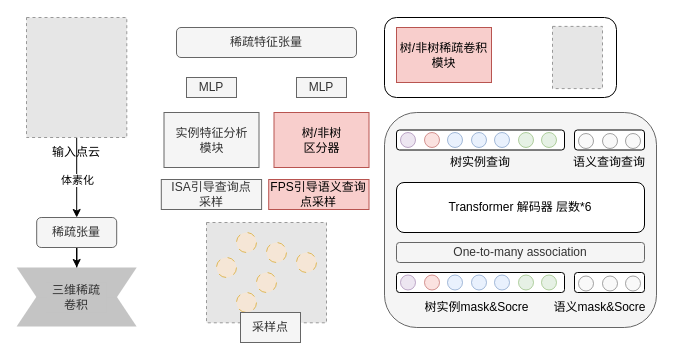
Above: linyelunwen.drawio in susu-attempt/mychart (draw.io), before the change. Source tidied: cells renumbered, new cells numbered last; positions are measured from the earlier drawing's top-left corner, leaving out a move shared by most shapes. Both pictures are drawn from the tidied source at 100%, with x=0, y=0 at pixel (16, 17). Pictures stored in the file or linked from it are replaced by grey dashed boxes.
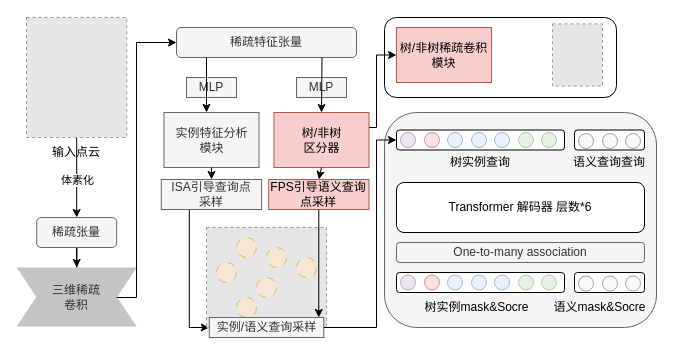
The same diagram, later.

Unchanged cells that the change refers to:
```xml
<mxCell id="12" value="稀疏特征张量" style="rounded=1;whiteSpace=wrap;html=1;fillColor=#f5f5f5;fontColor=#333333;strokeColor=#666666;" parent="1" vertex="1">
  <mxGeometry x="160" y="10" width="180" height="30" as="geometry" />
</mxCell>
<mxCell id="15" value="实例特征分析&lt;div&gt;模块&lt;/div&gt;" style="rounded=0;whiteSpace=wrap;html=1;fillColor=#f5f5f5;fontColor=#333333;strokeColor=#666666;" parent="1" vertex="1">
  <mxGeometry x="147.5" y="95" width="95" height="55" as="geometry" />
</mxCell>
<mxCell id="16" value="树/非树&lt;div&gt;区分器&lt;/div&gt;" style="rounded=0;whiteSpace=wrap;html=1;fillColor=#f8cecc;strokeColor=#b85450;" parent="1" vertex="1">
  <mxGeometry x="257.5" y="95" width="95" height="55" as="geometry" />
</mxCell>
<mxCell id="17" value="ISA引导查询点&lt;div&gt;采样&lt;/div&gt;" style="rounded=0;whiteSpace=wrap;html=1;fillColor=#f5f5f5;fontColor=#333333;strokeColor=#666666;" parent="1" vertex="1">
  <mxGeometry x="144.8" y="162" width="100.3" height="30" as="geometry" />
</mxCell>
<mxCell id="26" value="树/非树稀疏卷积模块" style="rounded=0;whiteSpace=wrap;html=1;fillColor=#f8cecc;strokeColor=#b85450;" parent="1" vertex="1">
  <mxGeometry x="380" y="10" width="95" height="55" as="geometry" />
</mxCell>
<mxCell id="28" style="rounded=1;whiteSpace=wrap;html=1;" parent="1" vertex="1">
  <mxGeometry x="380" y="112.5" width="168" height="20" as="geometry" />
</mxCell>
<mxCell id="58" value="FPS引导语义查询点采样" style="rounded=0;whiteSpace=wrap;html=1;fillColor=#f8cecc;strokeColor=#b85450;" parent="1" vertex="1">
  <mxGeometry x="252.2" y="162" width="100.3" height="30" as="geometry" />
</mxCell>
```

The edit, as a diff of the source:
```diff
@@
+    <mxCell id="60" style="edgeStyle=orthogonalEdgeStyle;rounded=0;jettySize=auto;html=1;entryX=0;entryY=0.5;entryDx=0;entryDy=0;exitX=1;exitY=0.25;exitDx=0;exitDy=0;" parent="1" edge="1" source="16" target="26">
+      <mxGeometry relative="1" as="geometry">
+        <Array as="points">
+          <mxPoint x="352.5" y="110" />
+          <mxPoint x="360" y="110" />
+          <mxPoint x="360" y="37.5" />
+        </Array>
+      </mxGeometry>
+    </mxCell>
@@
+    <mxCell id="61" style="edgeStyle=orthogonalEdgeStyle;rounded=0;jettySize=auto;html=1;entryX=0;entryY=0.5;entryDx=0;entryDy=0;" parent="1" edge="1" source="17" target="25">
+      <mxGeometry relative="1" as="geometry">
+        <Array as="points">
+          <mxPoint x="172.8" y="310" />
+        </Array>
+      </mxGeometry>
+    </mxCell>
@@
     <mxCell id="18" style="fillColor=#E6E6E6;strokeColor=#999999;dashed=1;verticalLabelPosition=bottom;labelBackgroundColor=default;verticalAlign=top;" parent="1" vertex="1">
-      <mxGeometry x="190" y="205" width="120" height="100.3" as="geometry" />
+      <mxGeometry x="190" y="210" width="120" height="100.3" as="geometry" />
     </mxCell>
     <mxCell id="19" style="ellipse;whiteSpace=wrap;html=1;shapeInside=1;opacity=60;fillColor=#ffe6cc;fillStyle=auto;dashed=1;dashPattern=8 8;strokeColor=#d79b00;" parent="1" vertex="1">
-      <mxGeometry x="220" y="215" width="20" height="20" as="geometry" />
+      <mxGeometry x="220" y="220" width="20" height="20" as="geometry" />
     </mxCell>
     <mxCell id="20" style="ellipse;whiteSpace=wrap;html=1;shapeInside=1;opacity=60;fillColor=#ffe6cc;fillStyle=auto;dashed=1;dashPattern=8 8;strokeColor=#d79b00;" parent="1" vertex="1">
-      <mxGeometry x="200" y="240" width="20" height="20" as="geometry" />
+      <mxGeometry x="200" y="245" width="20" height="20" as="geometry" />
     </mxCell>
     <mxCell id="21" style="ellipse;whiteSpace=wrap;html=1;shapeInside=1;opacity=60;fillColor=#ffe6cc;fillStyle=auto;dashed=1;dashPattern=8 8;strokeColor=#d79b00;" parent="1" vertex="1">
-      <mxGeometry x="250" y="225" width="20" height="20" as="geometry" />
+      <mxGeometry x="250" y="230" width="20" height="20" as="geometry" />
     </mxCell>
     <mxCell id="22" style="ellipse;whiteSpace=wrap;html=1;shapeInside=1;opacity=60;fillColor=#ffe6cc;fillStyle=auto;dashed=1;dashPattern=8 8;strokeColor=#d79b00;" parent="1" vertex="1">
-      <mxGeometry x="220" y="275" width="20" height="20" as="geometry" />
+      <mxGeometry x="220" y="280" width="20" height="20" as="geometry" />
     </mxCell>
     <mxCell id="23" style="ellipse;whiteSpace=wrap;html=1;shapeInside=1;opacity=60;fillColor=#ffe6cc;fillStyle=auto;dashed=1;dashPattern=8 8;strokeColor=#d79b00;" parent="1" vertex="1">
-      <mxGeometry x="240" y="255" width="20" height="20" as="geometry" />
+      <mxGeometry x="240" y="260" width="20" height="20" as="geometry" />
     </mxCell>
     <mxCell id="24" style="ellipse;whiteSpace=wrap;html=1;shapeInside=1;opacity=60;fillColor=#ffe6cc;fillStyle=auto;dashed=1;dashPattern=8 8;strokeColor=#d79b00;" parent="1" vertex="1">
-      <mxGeometry x="280" y="235" width="20" height="20" as="geometry" />
+      <mxGeometry x="280" y="240" width="20" height="20" as="geometry" />
     </mxCell>
-    <mxCell id="25" value="采样点" style="text;html=1;whiteSpace=wrap;strokeColor=#666666;fillColor=#f5f5f5;align=center;verticalAlign=middle;rounded=0;fontColor=#333333;" parent="1" vertex="1">
-      <mxGeometry x="224" y="295" width="60" height="30" as="geometry" />
+    <mxCell id="25" value="实例/语义查询采样" style="text;html=1;whiteSpace=wrap;strokeColor=#666666;fillColor=#f5f5f5;align=center;verticalAlign=middle;rounded=0;fontColor=#333333;" parent="1" vertex="1">
+      <mxGeometry x="192.8" y="300" width="114.5" height="20" as="geometry" />
     </mxCell>
@@
     <mxCell id="59" style="fillColor=#E6E6E6;strokeColor=#999999;dashed=1;verticalLabelPosition=bottom;labelBackgroundColor=default;verticalAlign=top;" parent="1" vertex="1">
-      <mxGeometry x="536" y="8.9" width="50" height="62.2" as="geometry" />
+      <mxGeometry x="536" y="6.4" width="50" height="62.2" as="geometry" />
     </mxCell>
+    <mxCell id="62" style="endArrow=classic;html=1;rounded=0;entryX=0;entryY=0.5;entryDx=0;entryDy=0;" parent="1" edge="1" target="12">
+      <mxGeometry relative="1" as="geometry">
+        <mxPoint x="100" y="280" as="sourcePoint" />
+        <Array as="points">
+          <mxPoint x="120" y="280" />
+          <mxPoint x="120" y="25" />
+        </Array>
+      </mxGeometry>
+    </mxCell>
+    <mxCell id="63" style="endArrow=classic;html=1;rounded=0;" parent="1" edge="1">
+      <mxGeometry relative="1" as="geometry">
+        <mxPoint x="190" y="40" as="sourcePoint" />
+        <mxPoint x="190" y="94.9" as="targetPoint" />
+      </mxGeometry>
+    </mxCell>
+    <mxCell id="64" style="endArrow=classic;html=1;rounded=0;entryX=0.5;entryY=0;entryDx=0;entryDy=0;" parent="1" edge="1" target="16">
+      <mxGeometry relative="1" as="geometry">
+        <mxPoint x="305.5" y="40" as="sourcePoint" />
+      </mxGeometry>
+    </mxCell>
+    <mxCell id="65" style="endArrow=classic;html=1;rounded=0;exitX=0.5;exitY=1;exitDx=0;exitDy=0;entryX=0.5;entryY=0;entryDx=0;entryDy=0;" parent="1" edge="1" source="15" target="17">
+      <mxGeometry relative="1" as="geometry" />
+    </mxCell>
+    <mxCell id="66" style="endArrow=classic;html=1;rounded=0;exitX=0.5;exitY=1;exitDx=0;exitDy=0;entryX=0.5;entryY=0;entryDx=0;entryDy=0;" parent="1" edge="1" source="16" target="58">
+      <mxGeometry relative="1" as="geometry" />
+    </mxCell>
+    <mxCell id="67" style="edgeStyle=orthogonalEdgeStyle;rounded=0;jettySize=auto;html=1;entryX=0.956;entryY=-0.001;entryDx=0;entryDy=0;entryPerimeter=0;" parent="1" edge="1" source="58" target="25">
+      <mxGeometry relative="1" as="geometry" />
+    </mxCell>
+    <mxCell id="68" style="edgeStyle=orthogonalEdgeStyle;rounded=0;jettySize=auto;html=1;entryX=0;entryY=0.5;entryDx=0;entryDy=0;" parent="1" edge="1" source="25" target="28">
+      <mxGeometry relative="1" as="geometry">
+        <Array as="points">
+          <mxPoint x="360" y="310" />
+          <mxPoint x="360" y="122.5" />
+        </Array>
+      </mxGeometry>
+    </mxCell>
```
